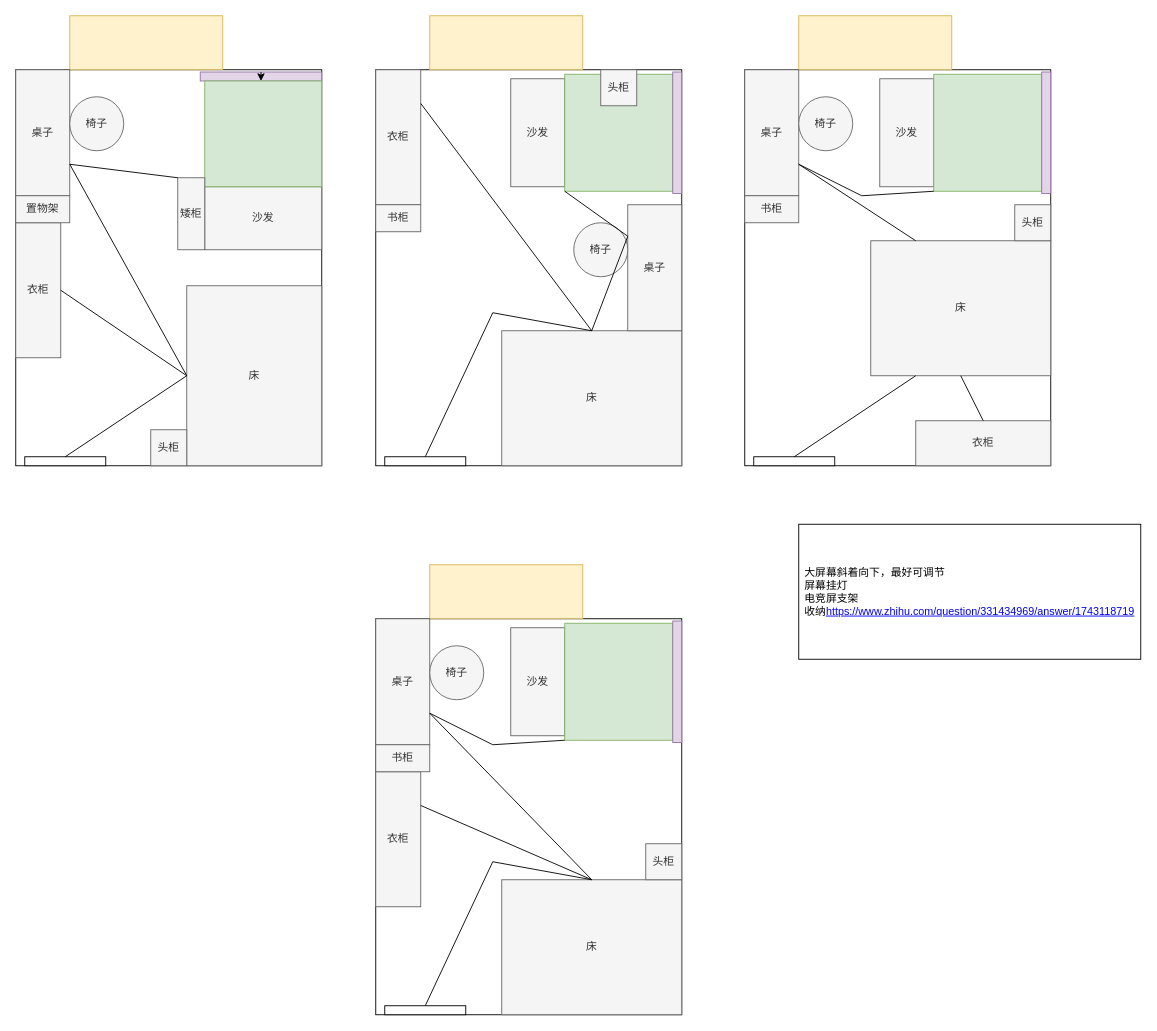
This is Untitled Diagram.drawio from Rightglow/easy_timer, a draw.io file, before an edit. Source tidied: cells renumbered, new cells numbered last; positions are measured from the earlier drawing's top-left corner, leaving out a move shared by most shapes. Both pictures are drawn from the tidied source at 90%, with x=0, y=0 at pixel (15, 15).
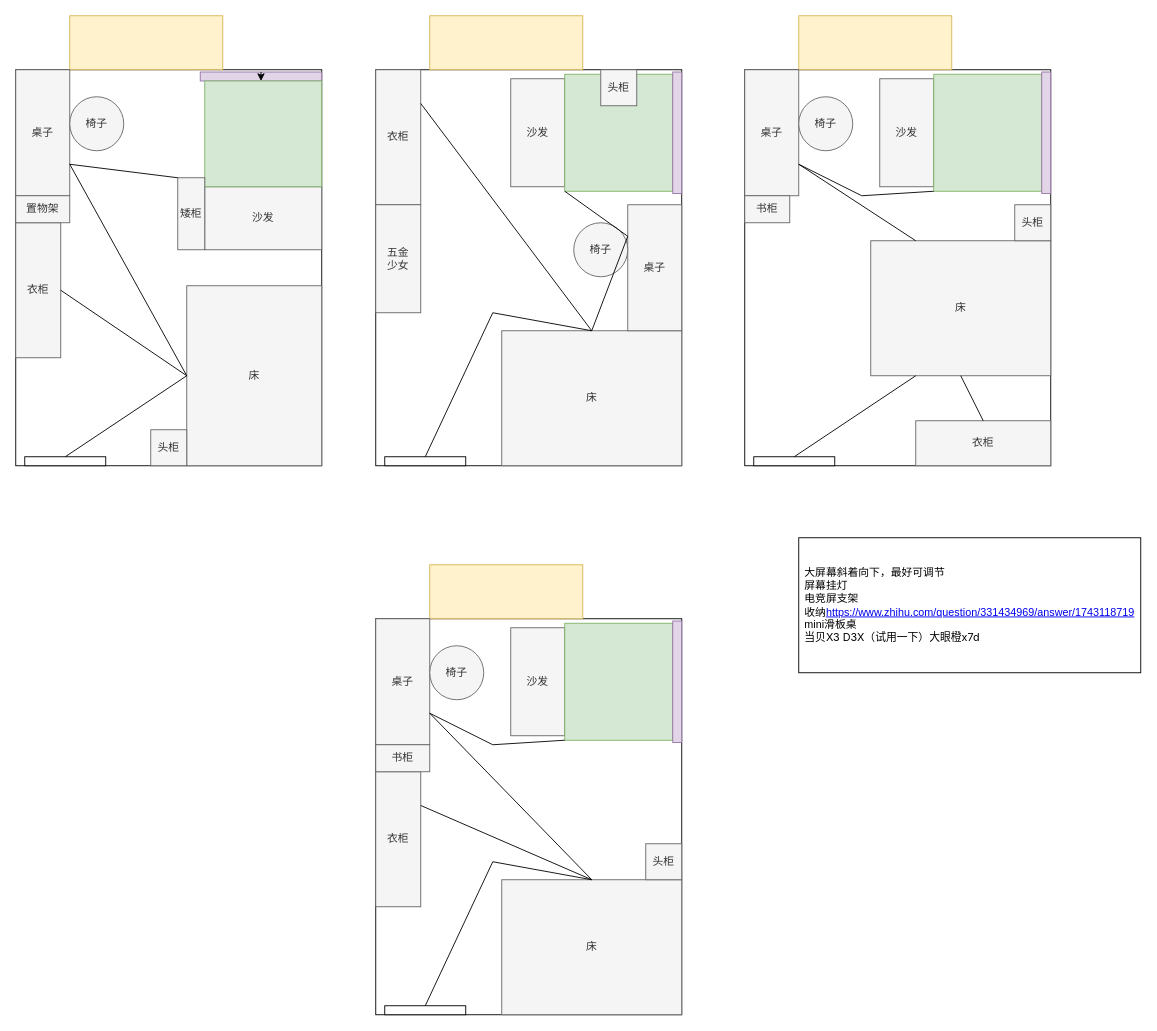
The same diagram, later.

What changed in the source:
```diff
@@
-    <mxCell id="29" value="书柜" style="rounded=0;whiteSpace=wrap;html=1;fillColor=#f5f5f5;fontColor=#333333;strokeColor=#666666;direction=west;" parent="1" vertex="1">
-      <mxGeometry x="810" y="200" width="60" height="30" as="geometry" />
-    </mxCell>
@@
-    <mxCell id="36" value="&lt;div style=&quot;text-align: left&quot;&gt;&lt;span&gt;大屏幕斜着向下，最好可调节&lt;/span&gt;&lt;/div&gt;&lt;div style=&quot;text-align: left&quot;&gt;屏幕挂灯&lt;/div&gt;&lt;div style=&quot;text-align: left&quot;&gt;电竞屏支架&lt;/div&gt;&lt;div style=&quot;text-align: left&quot;&gt;收纳&lt;a href=&quot;https://www.zhihu.com/question/331434969/answer/1743118719&quot;&gt;https://www.zhihu.com/question/331434969/answer/1743118719&lt;/a&gt;&lt;br&gt;&lt;/div&gt;" style="rounded=0;whiteSpace=wrap;html=1;" parent="1" vertex="1">
-      <mxGeometry x="870" y="565" width="380" height="150" as="geometry" />
+    <mxCell id="36" value="&lt;div style=&quot;text-align: left&quot;&gt;&lt;span&gt;大屏幕斜着向下，最好可调节&lt;/span&gt;&lt;/div&gt;&lt;div style=&quot;text-align: left&quot;&gt;屏幕挂灯&lt;/div&gt;&lt;div style=&quot;text-align: left&quot;&gt;电竞屏支架&lt;/div&gt;&lt;div style=&quot;text-align: left&quot;&gt;收纳&lt;a href=&quot;https://www.zhihu.com/question/331434969/answer/1743118719&quot;&gt;https://www.zhihu.com/question/331434969/answer/1743118719&lt;/a&gt;&lt;br&gt;&lt;/div&gt;&lt;div style=&quot;text-align: left&quot;&gt;mini滑板桌&lt;/div&gt;&lt;div style=&quot;text-align: left&quot;&gt;&lt;font face=&quot;-apple-system, BlinkMacSystemFont, Helvetica Neue, PingFang SC, Microsoft YaHei, Source Han Sans SC, Noto Sans CJK SC, WenQuanYi Micro Hei, sans-serif&quot; style=&quot;font-size: 12px&quot;&gt;当贝X3 D3X（试用一下）大眼橙x7d&lt;/font&gt;&lt;br&gt;&lt;/div&gt;" style="rounded=0;whiteSpace=wrap;html=1;" parent="1" vertex="1">
+      <mxGeometry x="870" y="580" width="380" height="150" as="geometry" />
     </mxCell>
@@
     <mxCell id="65" value="书柜" style="rounded=0;whiteSpace=wrap;html=1;fillColor=#f5f5f5;fontColor=#333333;strokeColor=#666666;direction=west;" parent="1" vertex="1">
-      <mxGeometry x="400" y="210" width="50" height="30" as="geometry" />
+      <mxGeometry x="810" y="200" width="50" height="30" as="geometry" />
     </mxCell>
@@
+    <mxCell id="72" value="五金&lt;br&gt;少女" style="rounded=0;whiteSpace=wrap;html=1;fillColor=#f5f5f5;fontColor=#333333;strokeColor=#666666;direction=south;" parent="1" vertex="1">
+      <mxGeometry x="400" y="210" width="50" height="120" as="geometry" />
+    </mxCell>
```
